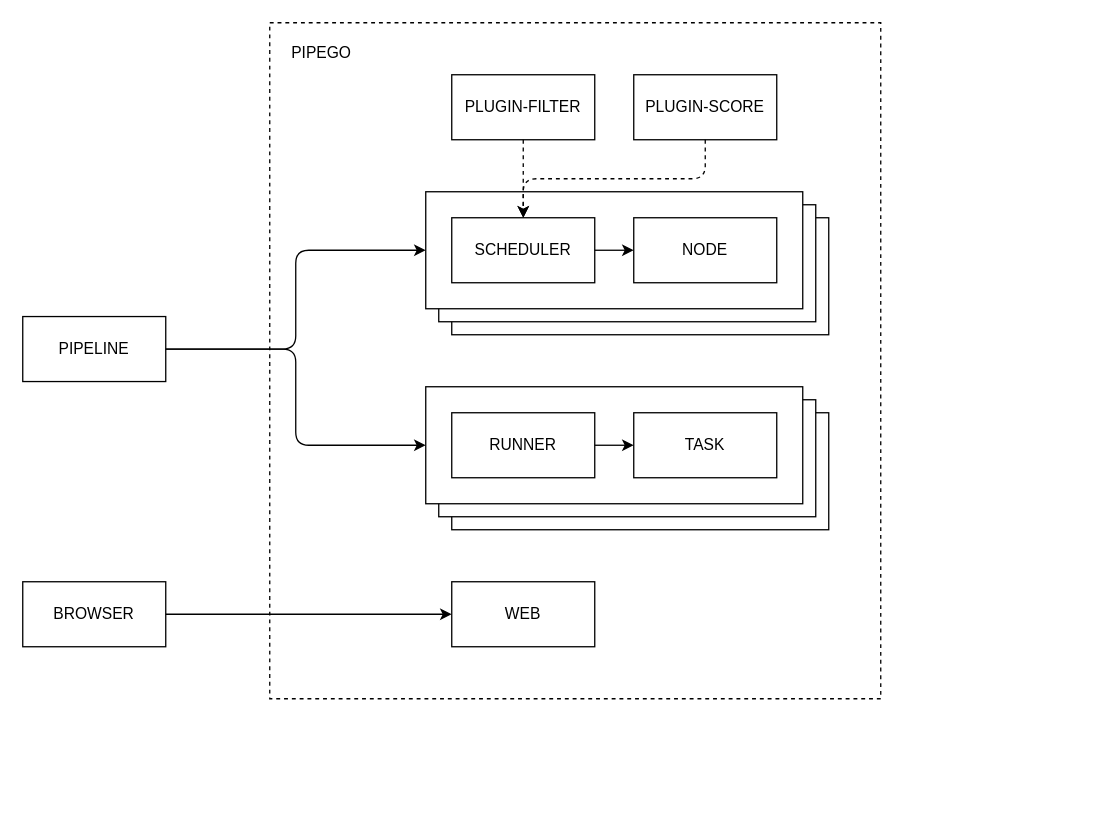
Before: diagram.drawio in pipego/deploy, a draw.io diagram. Source tidied: cells renumbered, new cells numbered last; positions are measured from the earlier drawing's top-left corner, leaving out a move shared by most shapes. Both pictures are drawn from the tidied source at 130%, with x=0, y=0 at pixel (22, 22).
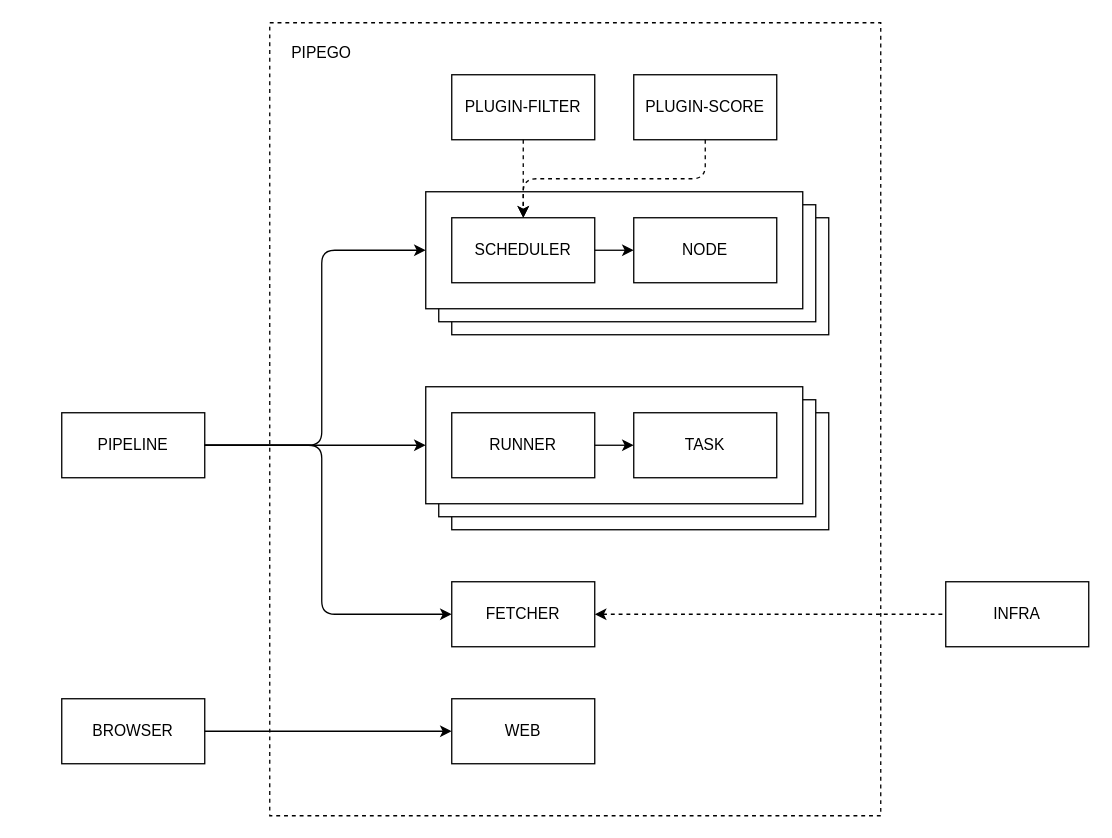
The same diagram, later.

Commit message (it also covers changes not shown here):
doc(diagram): update diagram for fetcher

Unchanged cells that the change refers to:
```xml
<mxCell id="5" style="rounded=0;whiteSpace=wrap;html=1;" parent="1" vertex="1">
  <mxGeometry x="310" y="130" width="290" height="90" as="geometry" />
</mxCell>
<mxCell id="15" style="rounded=0;whiteSpace=wrap;html=1;" parent="1" vertex="1">
  <mxGeometry x="310" y="280" width="290" height="90" as="geometry" />
</mxCell>
```

Diff of the diagram source:
```diff
@@
     <mxCell id="2" style="rounded=0;whiteSpace=wrap;html=1;dashed=1;" parent="1" vertex="1">
-      <mxGeometry x="190" width="470" height="520" as="geometry" />
+      <mxGeometry x="190" width="470" height="610" as="geometry" />
     </mxCell>
@@
-    <mxCell id="7" value="WEB" style="rounded=0;whiteSpace=wrap;html=1;" parent="1" vertex="1">
+    <mxCell id="7" value="FETCHER" style="rounded=0;whiteSpace=wrap;html=1;" parent="1" vertex="1">
       <mxGeometry x="330" y="430" width="110" height="50" as="geometry" />
     </mxCell>
     <mxCell id="8" value="BROWSER" style="rounded=0;whiteSpace=wrap;html=1;" parent="1" vertex="1">
-      <mxGeometry y="430" width="110" height="50" as="geometry" />
+      <mxGeometry x="30" y="520" width="110" height="50" as="geometry" />
     </mxCell>
     <mxCell id="9" value="PIPELINE" style="rounded=0;whiteSpace=wrap;html=1;" parent="1" vertex="1">
-      <mxGeometry y="226" width="110" height="50" as="geometry" />
+      <mxGeometry x="30" y="300" width="110" height="50" as="geometry" />
     </mxCell>
@@
-    <mxCell id="19" style="endArrow=classic;startArrow=none;html=1;exitX=1;exitY=0.5;exitDx=0;exitDy=0;entryX=0;entryY=0.5;entryDx=0;entryDy=0;startFill=0;" parent="1" edge="1" source="8" target="7">
+    <mxCell id="19" style="endArrow=classic;startArrow=none;html=1;exitX=1;exitY=0.5;exitDx=0;exitDy=0;entryX=0;entryY=0.5;entryDx=0;entryDy=0;startFill=0;" parent="1" edge="1" source="8" target="26">
       <mxGeometry relative="1" as="geometry" />
     </mxCell>
     <mxCell id="20" style="edgeStyle=elbowEdgeStyle;elbow=horizontal;endArrow=classic;html=1;entryX=0;entryY=0.5;entryDx=0;entryDy=0;exitX=1;exitY=0.5;exitDx=0;exitDy=0;startArrow=none;startFill=0;" parent="1" edge="1" source="9" target="5">
-      <mxGeometry relative="1" as="geometry" />
+      <mxGeometry relative="1" as="geometry">
+        <Array as="points">
+          <mxPoint x="230" y="210" />
+        </Array>
+      </mxGeometry>
     </mxCell>
     <mxCell id="21" style="edgeStyle=elbowEdgeStyle;elbow=horizontal;endArrow=classic;html=1;entryX=0;entryY=0.5;entryDx=0;entryDy=0;exitX=1;exitY=0.5;exitDx=0;exitDy=0;startArrow=none;startFill=0;" parent="1" edge="1" source="9" target="15">
-      <mxGeometry relative="1" as="geometry" />
+      <mxGeometry relative="1" as="geometry">
+        <Array as="points">
+          <mxPoint x="230" y="290" />
+        </Array>
+      </mxGeometry>
     </mxCell>
@@
+    <mxCell id="26" value="WEB" style="rounded=0;whiteSpace=wrap;html=1;" parent="1" vertex="1">
+      <mxGeometry x="330" y="520" width="110" height="50" as="geometry" />
+    </mxCell>
+    <mxCell id="27" style="edgeStyle=elbowEdgeStyle;elbow=horizontal;endArrow=classic;html=1;entryX=0;entryY=0.5;entryDx=0;entryDy=0;exitX=1;exitY=0.5;exitDx=0;exitDy=0;startArrow=none;startFill=0;" parent="1" edge="1" source="9" target="7">
+      <mxGeometry relative="1" as="geometry">
+        <Array as="points">
+          <mxPoint x="230" y="350" />
+        </Array>
+      </mxGeometry>
+    </mxCell>
+    <mxCell id="28" style="endArrow=none;html=1;exitX=1;exitY=0.5;exitDx=0;exitDy=0;dashed=1;startArrow=classic;startFill=1;endFill=0;entryX=0;entryY=0.5;entryDx=0;entryDy=0;" parent="1" edge="1" source="7" target="29">
+      <mxGeometry relative="1" as="geometry" />
+    </mxCell>
+    <mxCell id="29" value="INFRA" style="rounded=0;whiteSpace=wrap;html=1;" parent="1" vertex="1">
+      <mxGeometry x="710" y="430" width="110" height="50" as="geometry" />
+    </mxCell>
```
